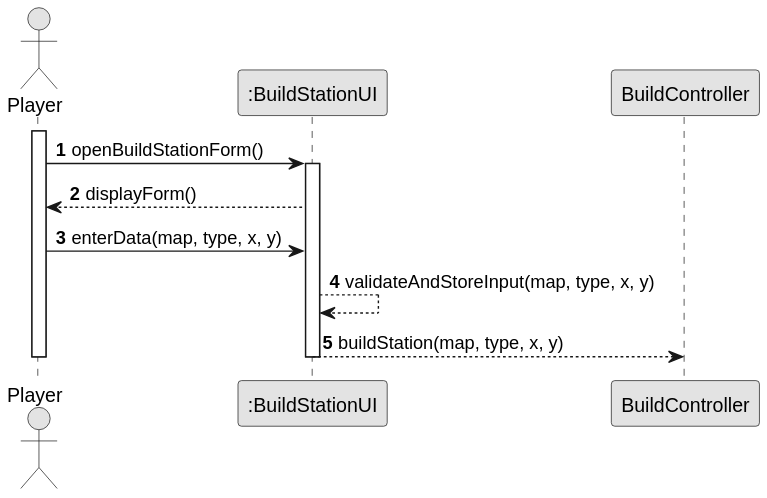
Earlier version of the PlantUML export docs/system-documentation/US005/03.design/svg/US005-SD-getInput.svg (goncalolopesp/sem2-pi-24.25-g093-repo). Its diagram source:
```plantuml
@startuml
skinparam monochrome true
skinparam packageStyle rectangle
skinparam shadowing false
autonumber

actor "Player" as Player
participant ":BuildStationUI" as BuildUI

activate Player
Player -> BuildUI: openBuildStationForm()
activate BuildUI
BuildUI --> Player: displayForm()
Player -> BuildUI: enterData(map, type, x, y)
BuildUI --> BuildUI: validateAndStoreInput(map, type, x, y)
BuildUI --> BuildController: buildStation(map, type, x, y)
deactivate BuildUI
deactivate Player
@enduml
```
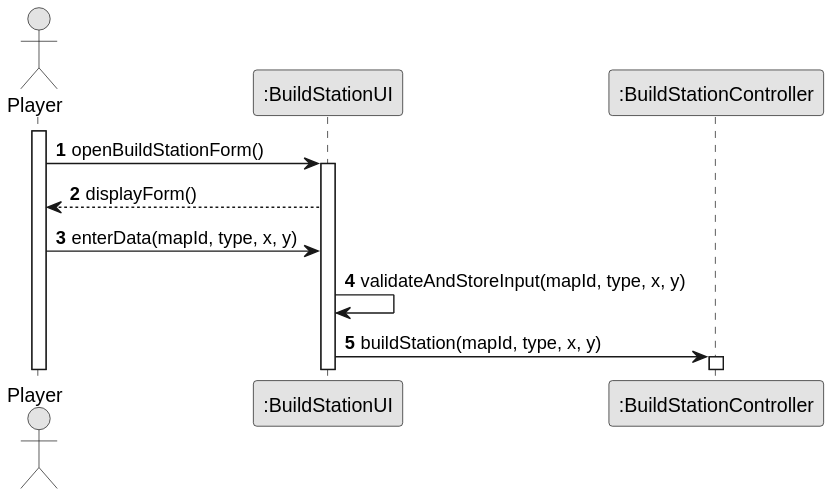
After the commit.

The edit, as a diff of the source:
```diff
@@ -6,14 +6,16 @@
 
 actor "Player" as Player
 participant ":BuildStationUI" as BuildUI
+participant ":BuildStationController" as BuildController
 
 activate Player
 Player -> BuildUI: openBuildStationForm()
 activate BuildUI
 BuildUI --> Player: displayForm()
-Player -> BuildUI: enterData(map, type, x, y)
-BuildUI --> BuildUI: validateAndStoreInput(map, type, x, y)
-BuildUI --> BuildController: buildStation(map, type, x, y)
-deactivate BuildUI
-deactivate Player
+
+Player -> BuildUI: enterData(mapId, type, x, y)
+BuildUI -> BuildUI: validateAndStoreInput(mapId, type, x, y)
+
+BuildUI -> BuildController: buildStation(mapId, type, x, y)
+activate BuildController
 @enduml
```
